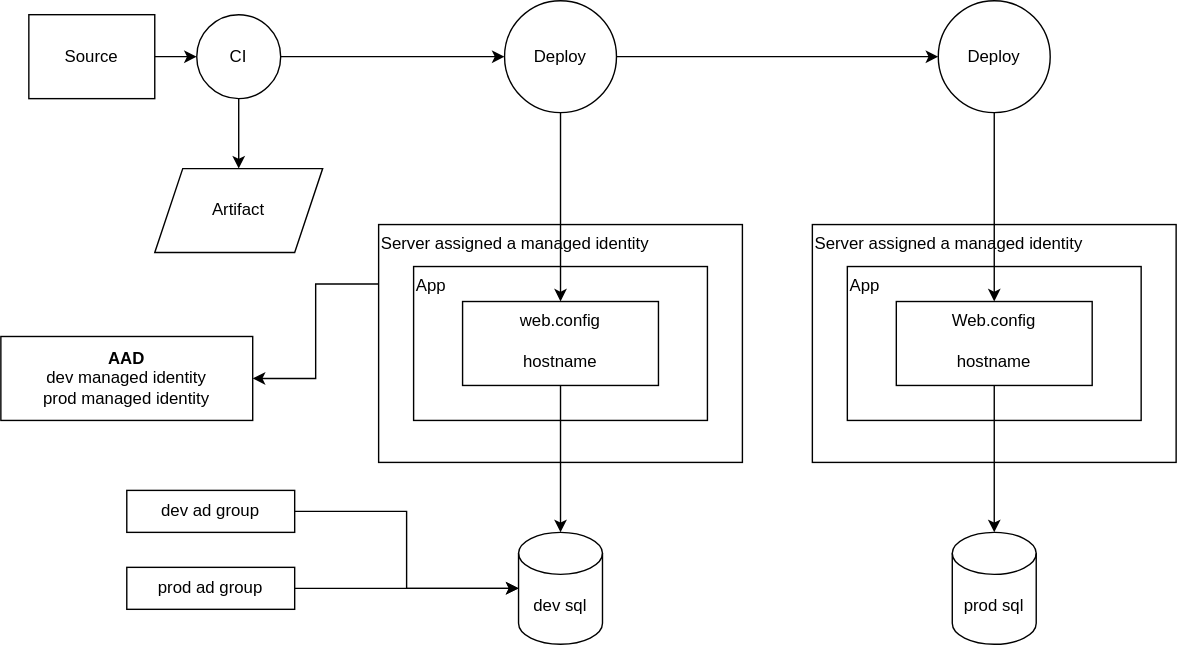
Above: connectionstring.svg in vjavle/invoicecloud (draw.io), before the change. Source tidied: cells renumbered, new cells last; positions are measured from the earlier drawing's top-left corner, leaving out a move shared by most shapes.
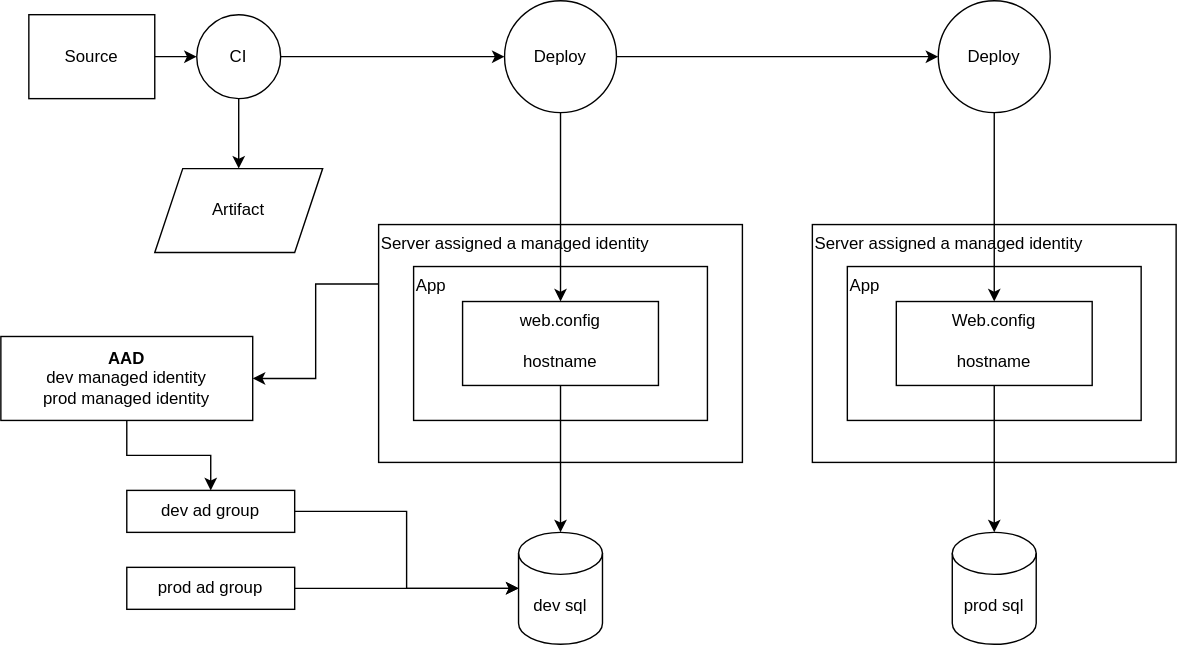
Above is the later version.

What changed in the source:
```diff
@@ -68,6 +68,9 @@
     <mxCell id="23" style="edgeStyle=orthogonalEdgeStyle;rounded=0;jettySize=auto;html=1;entryX=0;entryY=0.25;entryDx=0;entryDy=0;startArrow=classic;startFill=1;endArrow=none;endFill=0;" parent="1" edge="1" source="24" target="2">
       <mxGeometry relative="1" as="geometry" />
     </mxCell>
+    <mxCell id="29" style="edgeStyle=orthogonalEdgeStyle;rounded=0;jettySize=auto;html=1;startArrow=none;startFill=0;endArrow=classic;endFill=1;" parent="1" edge="1" source="24" target="26">
+      <mxGeometry relative="1" as="geometry" />
+    </mxCell>
     <mxCell id="24" value="&lt;b&gt;AAD&lt;/b&gt;&lt;br&gt;dev managed identity&lt;br&gt;prod managed identity" style="rounded=0;whiteSpace=wrap;html=1;" parent="1" vertex="1">
       <mxGeometry y="240" width="180" height="60" as="geometry" />
     </mxCell>
```
